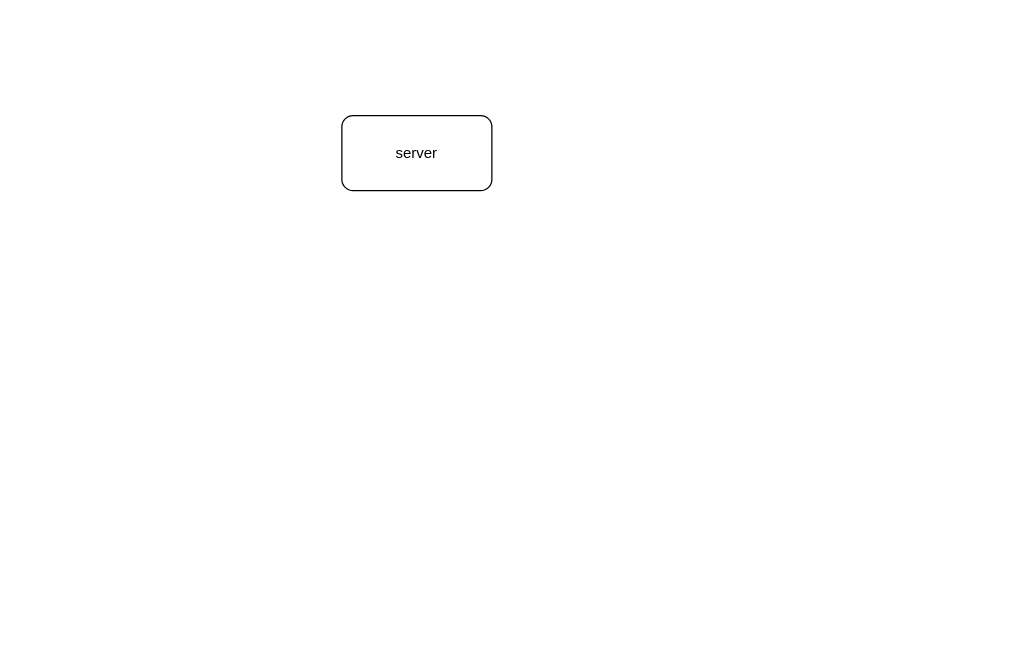
The draw.io diagram tmp/gitlab.drawio in lanzhiwang/awesome-huzhi, before the edit. Source tidied: cells renumbered, new cells numbered last; positions are measured from the earlier drawing's top-left corner, leaving out a move shared by most shapes. Both pictures are drawn from the tidied source at 125%, with x=0, y=0 at pixel (341, 115).
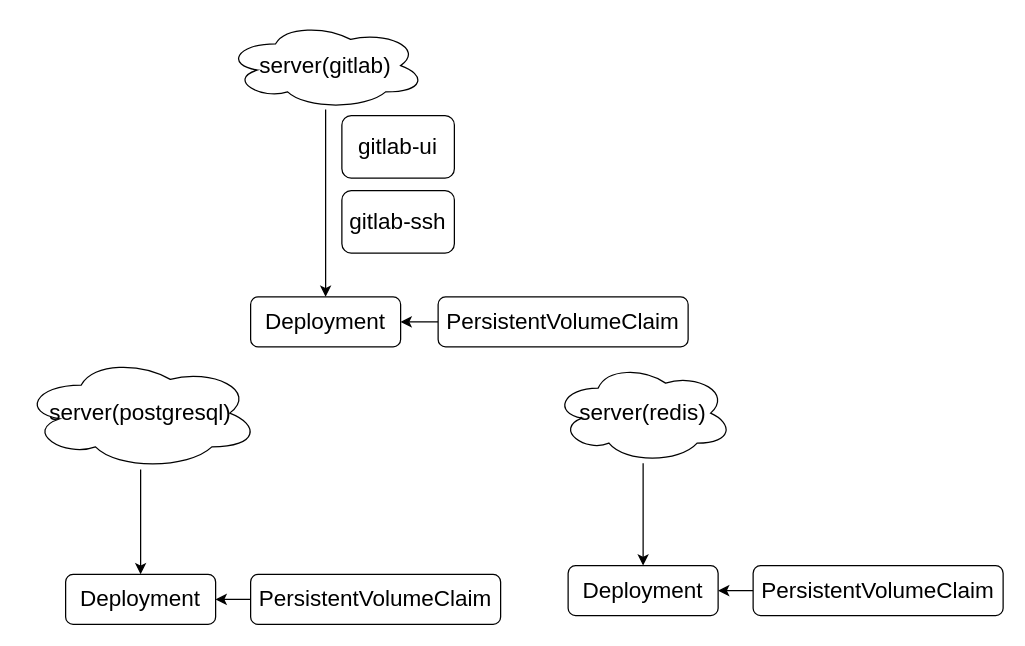
After the change.

Change to the diagram source:
```diff
@@
 <mxGraphModel>
   <root>
     <mxCell id="0" />
     <mxCell id="1" parent="0" />
-    <mxCell id="2" value="server" style="rounded=1;whiteSpace=wrap;html=1;" parent="1" vertex="1">
-      <mxGeometry width="120" height="60" as="geometry" />
+    <mxCell id="2" value="&lt;font style=&quot;font-size: 18px&quot;&gt;gitlab-ui&lt;/font&gt;" style="rounded=1;whiteSpace=wrap;html=1;" parent="1" vertex="1">
+      <mxGeometry width="90" height="50" as="geometry" />
     </mxCell>
+    <mxCell id="3" value="&lt;font style=&quot;font-size: 18px&quot;&gt;gitlab-ssh&lt;/font&gt;" style="rounded=1;whiteSpace=wrap;html=1;" parent="1" vertex="1">
+      <mxGeometry y="60" width="90" height="50" as="geometry" />
+    </mxCell>
+    <mxCell id="4" style="edgeStyle=orthogonalEdgeStyle;rounded=0;jettySize=auto;html=1;entryX=1;entryY=0.5;entryDx=0;entryDy=0;" parent="1" edge="1" source="5" target="6">
+      <mxGeometry relative="1" as="geometry" />
+    </mxCell>
+    <mxCell id="5" value="&lt;font style=&quot;font-size: 18px&quot;&gt;PersistentVolumeClaim&lt;/font&gt;" style="rounded=1;whiteSpace=wrap;html=1;" parent="1" vertex="1">
+      <mxGeometry x="77" y="145" width="200" height="40" as="geometry" />
+    </mxCell>
+    <mxCell id="6" value="&lt;font style=&quot;font-size: 18px&quot;&gt;Deployment&lt;/font&gt;" style="rounded=1;whiteSpace=wrap;html=1;" parent="1" vertex="1">
+      <mxGeometry x="-73" y="145" width="120" height="40" as="geometry" />
+    </mxCell>
+    <mxCell id="7" style="edgeStyle=orthogonalEdgeStyle;rounded=0;jettySize=auto;html=1;entryX=0.5;entryY=0;entryDx=0;entryDy=0;" parent="1" edge="1" source="8" target="6">
+      <mxGeometry relative="1" as="geometry" />
+    </mxCell>
+    <mxCell id="8" value="&lt;span&gt;&lt;font style=&quot;font-size: 18px&quot;&gt;&lt;span&gt;server(gitlab&lt;/span&gt;&lt;span&gt;)&lt;/span&gt;&lt;/font&gt;&lt;/span&gt;" style="ellipse;shape=cloud;whiteSpace=wrap;html=1;" parent="1" vertex="1">
+      <mxGeometry x="-93" y="-75" width="160" height="70" as="geometry" />
+    </mxCell>
+    <mxCell id="9" style="edgeStyle=orthogonalEdgeStyle;rounded=0;jettySize=auto;html=1;entryX=1;entryY=0.5;entryDx=0;entryDy=0;" parent="1" edge="1" source="10" target="11">
+      <mxGeometry relative="1" as="geometry" />
+    </mxCell>
+    <mxCell id="10" value="&lt;font style=&quot;font-size: 18px&quot;&gt;PersistentVolumeClaim&lt;/font&gt;" style="rounded=1;whiteSpace=wrap;html=1;" parent="1" vertex="1">
+      <mxGeometry x="-73" y="367" width="200" height="40" as="geometry" />
+    </mxCell>
+    <mxCell id="11" value="&lt;font style=&quot;font-size: 18px&quot;&gt;Deployment&lt;/font&gt;" style="rounded=1;whiteSpace=wrap;html=1;" parent="1" vertex="1">
+      <mxGeometry x="-221" y="367" width="120" height="40" as="geometry" />
+    </mxCell>
+    <mxCell id="12" style="edgeStyle=orthogonalEdgeStyle;rounded=0;jettySize=auto;html=1;entryX=0.5;entryY=0;entryDx=0;entryDy=0;" parent="1" edge="1" source="13" target="11">
+      <mxGeometry relative="1" as="geometry" />
+    </mxCell>
+    <mxCell id="13" value="&lt;span&gt;&lt;font style=&quot;font-size: 18px&quot;&gt;&lt;span&gt;server(postgresql&lt;/span&gt;&lt;span&gt;)&lt;/span&gt;&lt;/font&gt;&lt;/span&gt;" style="ellipse;shape=cloud;whiteSpace=wrap;html=1;" parent="1" vertex="1">
+      <mxGeometry x="-256" y="193" width="190" height="90" as="geometry" />
+    </mxCell>
+    <mxCell id="14" style="edgeStyle=orthogonalEdgeStyle;rounded=0;jettySize=auto;html=1;entryX=1;entryY=0.5;entryDx=0;entryDy=0;" parent="1" edge="1" source="15" target="16">
+      <mxGeometry relative="1" as="geometry" />
+    </mxCell>
+    <mxCell id="15" value="&lt;font style=&quot;font-size: 18px&quot;&gt;PersistentVolumeClaim&lt;/font&gt;" style="rounded=1;whiteSpace=wrap;html=1;" parent="1" vertex="1">
+      <mxGeometry x="329" y="360" width="200" height="40" as="geometry" />
+    </mxCell>
+    <mxCell id="16" value="&lt;font style=&quot;font-size: 18px&quot;&gt;Deployment&lt;/font&gt;" style="rounded=1;whiteSpace=wrap;html=1;" parent="1" vertex="1">
+      <mxGeometry x="181" y="360" width="120" height="40" as="geometry" />
+    </mxCell>
+    <mxCell id="17" style="edgeStyle=orthogonalEdgeStyle;rounded=0;jettySize=auto;html=1;entryX=0.5;entryY=0;entryDx=0;entryDy=0;" parent="1" edge="1" source="18" target="16">
+      <mxGeometry relative="1" as="geometry" />
+    </mxCell>
+    <mxCell id="18" value="&lt;span&gt;&lt;font style=&quot;font-size: 18px&quot;&gt;&lt;span&gt;server(redis&lt;/span&gt;&lt;span&gt;)&lt;/span&gt;&lt;/font&gt;&lt;/span&gt;" style="ellipse;shape=cloud;whiteSpace=wrap;html=1;" parent="1" vertex="1">
+      <mxGeometry x="169" y="198" width="144" height="80" as="geometry" />
+    </mxCell>
   </root>
 </mxGraphModel>
```
